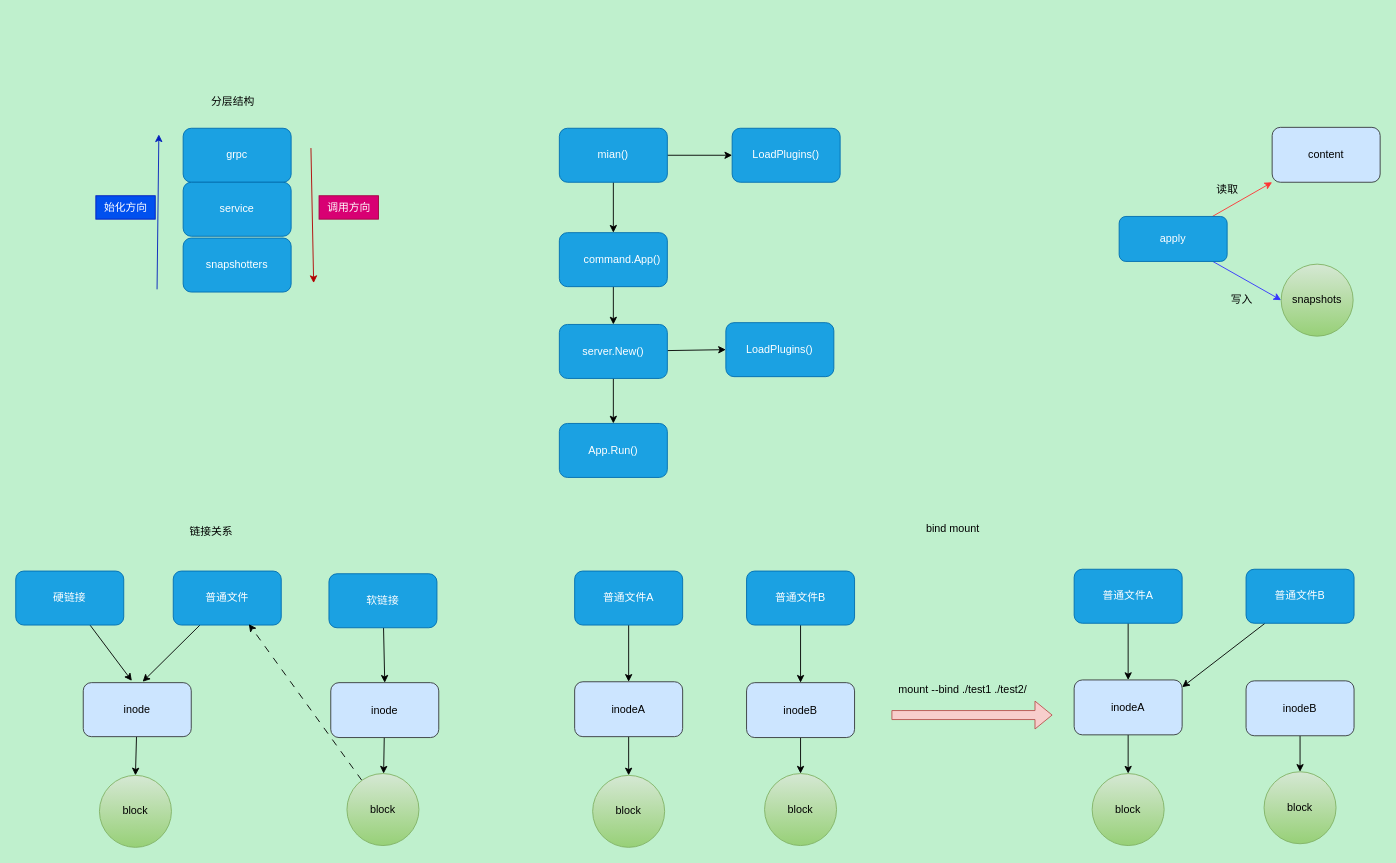
The draw.io diagram drawio/containerd.drawio in NatureLR/blog, before the edit. Source tidied: cells renumbered, new cells numbered last; positions are measured from the earlier drawing's top-left corner, leaving out a move shared by most shapes. Both pictures are drawn from the tidied source at 90%, with x=0, y=0 at pixel (15, 90).
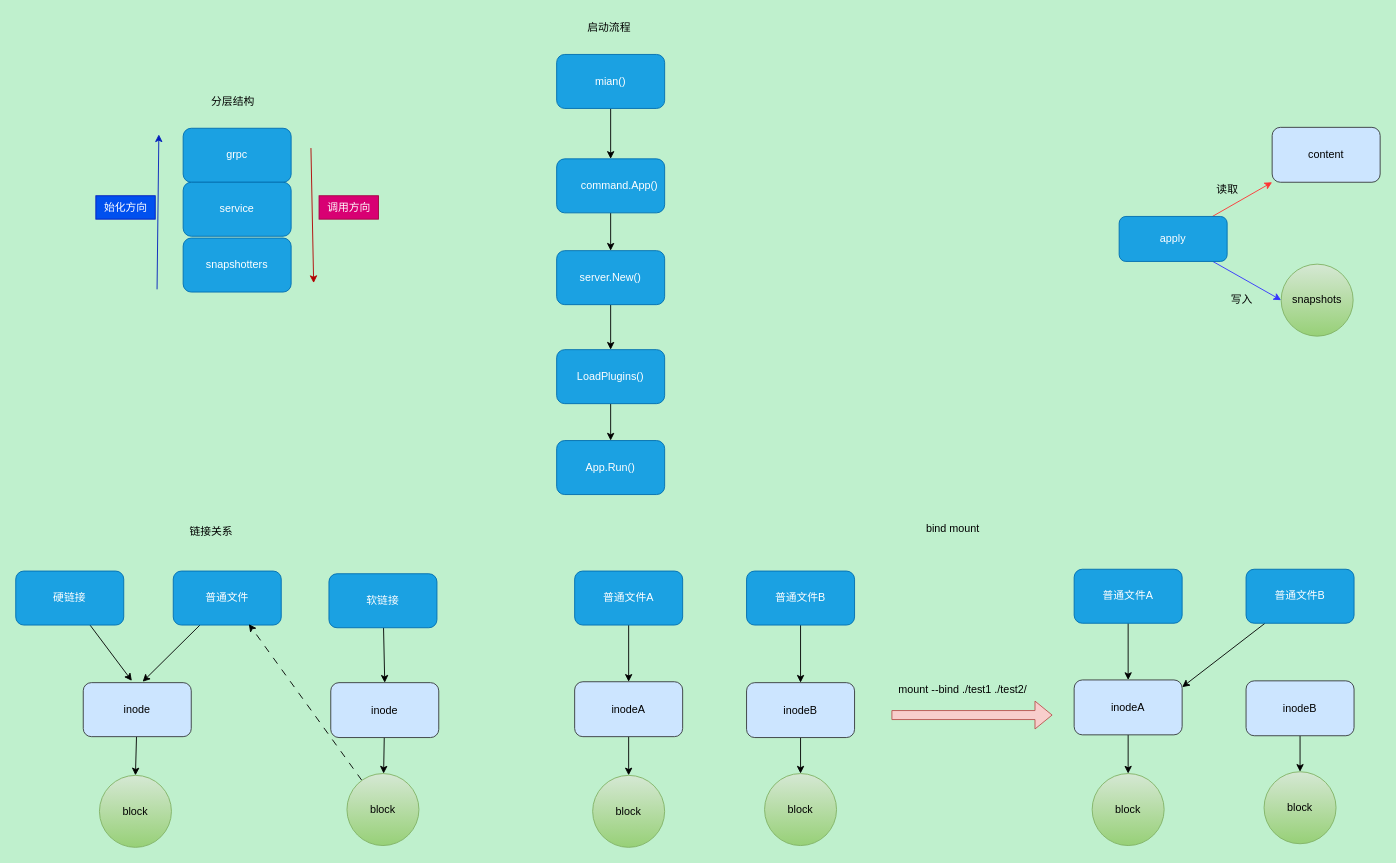
The same page after the edit.

Change to the diagram source:
```diff
@@
-    <mxCell id="8" style="edgeStyle=none;html=1;entryX=0;entryY=0.5;entryDx=0;entryDy=0;strokeColor=#000000;fontColor=#000000;" parent="1" edge="1" source="9" target="16">
-      <mxGeometry relative="1" as="geometry" />
-    </mxCell>
     <mxCell id="9" value="mian()" style="rounded=1;whiteSpace=wrap;html=1;fillColor=#1ba1e2;fontColor=#ffffff;strokeColor=#006EAF;" parent="1" vertex="1">
-      <mxGeometry x="604" y="42" width="120" height="60" as="geometry" />
+      <mxGeometry x="601" y="-40" width="120" height="60" as="geometry" />
     </mxCell>
@@
     <mxCell id="11" value="&amp;nbsp; &amp;nbsp; &amp;nbsp; command.App()" style="rounded=1;whiteSpace=wrap;html=1;fillColor=#1ba1e2;fontColor=#ffffff;strokeColor=#006EAF;" parent="1" vertex="1">
-      <mxGeometry x="604" y="158" width="120" height="60" as="geometry" />
+      <mxGeometry x="601" y="76" width="120" height="60" as="geometry" />
     </mxCell>
-    <mxCell id="12" style="edgeStyle=none;html=1;entryX=0;entryY=0.5;entryDx=0;entryDy=0;fontColor=#000000;strokeColor=#000000;" parent="1" edge="1" source="14" target="15">
-      <mxGeometry relative="1" as="geometry" />
-    </mxCell>
@@
     <mxCell id="14" value="server.New()" style="rounded=1;whiteSpace=wrap;html=1;fillColor=#1ba1e2;fontColor=#ffffff;strokeColor=#006EAF;" parent="1" vertex="1">
-      <mxGeometry x="604" y="260" width="120" height="60" as="geometry" />
+      <mxGeometry x="601" y="178" width="120" height="60" as="geometry" />
     </mxCell>
-    <mxCell id="15" value="LoadPlugins()" style="rounded=1;whiteSpace=wrap;html=1;fillColor=#1ba1e2;fontColor=#ffffff;strokeColor=#006EAF;" parent="1" vertex="1">
-      <mxGeometry x="789" y="258" width="120" height="60" as="geometry" />
-    </mxCell>
-    <mxCell id="16" value="LoadPlugins()" style="rounded=1;whiteSpace=wrap;html=1;fillColor=#1ba1e2;fontColor=#ffffff;strokeColor=#006EAF;" parent="1" vertex="1">
-      <mxGeometry x="796" y="42" width="120" height="60" as="geometry" />
-    </mxCell>
+    <mxCell id="65" style="edgeStyle=none;html=1;entryX=0.5;entryY=0;entryDx=0;entryDy=0;strokeColor=#000000;" parent="1" edge="1" source="17" target="66">
+      <mxGeometry relative="1" as="geometry" />
+    </mxCell>
-    <mxCell id="17" value="App.Run()" style="rounded=1;whiteSpace=wrap;html=1;fillColor=#1ba1e2;fontColor=#ffffff;strokeColor=#006EAF;" parent="1" vertex="1">
-      <mxGeometry x="604" y="370" width="120" height="60" as="geometry" />
+    <mxCell id="17" value="LoadPlugins()" style="rounded=1;whiteSpace=wrap;html=1;fillColor=#1ba1e2;fontColor=#ffffff;strokeColor=#006EAF;" parent="1" vertex="1">
+      <mxGeometry x="601" y="288" width="120" height="60" as="geometry" />
     </mxCell>
@@
+    <mxCell id="66" value="App.Run()" style="rounded=1;whiteSpace=wrap;html=1;fillColor=#1ba1e2;fontColor=#ffffff;strokeColor=#006EAF;" parent="1" vertex="1">
+      <mxGeometry x="601" y="389" width="120" height="60" as="geometry" />
+    </mxCell>
+    <mxCell id="67" value="&lt;font color=&quot;#000000&quot;&gt;启动流程&lt;/font&gt;" style="text;html=1;align=center;verticalAlign=middle;strokeColor=none;fillColor=none;" parent="1" vertex="1">
+      <mxGeometry x="626" y="-83" width="66" height="26" as="geometry" />
+    </mxCell>
```
